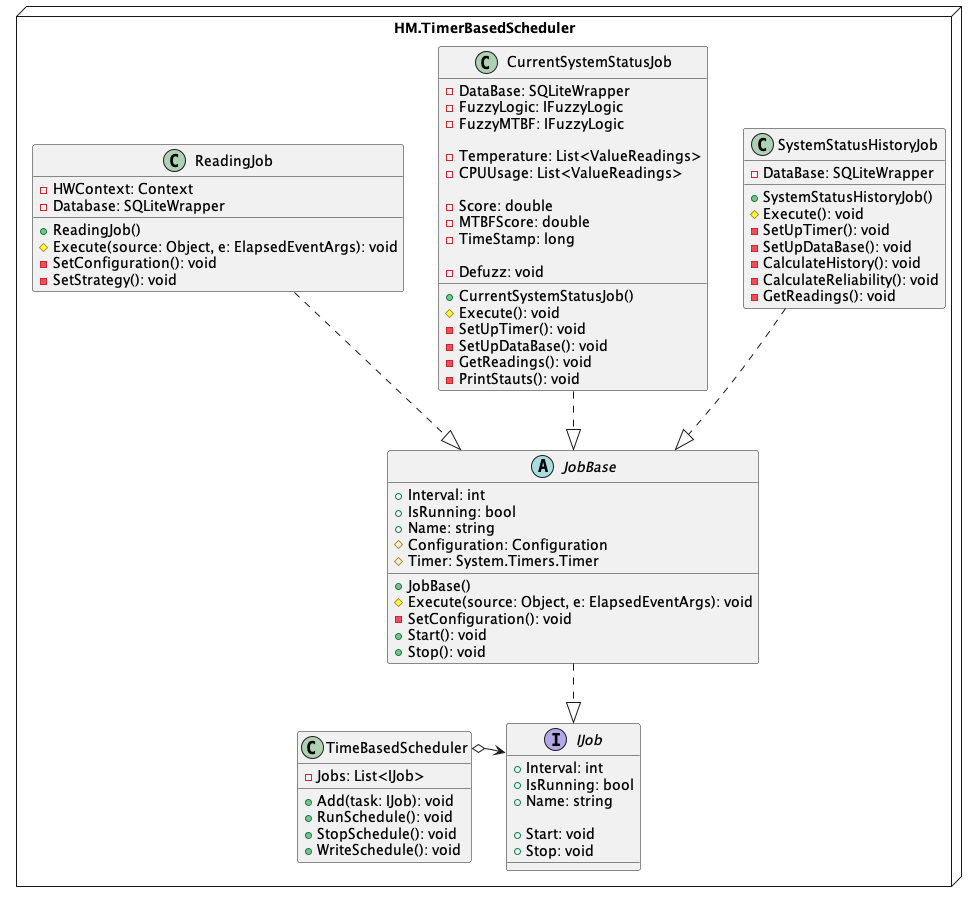
Earlier version of the PlantUML export resources/images/HMTimerBasedScheduler.png (VitaliMostowoj/BachelorarbeitVitaliMostowoj). The source it was exported from:
```plantuml
@startuml
node "HM.TimerBasedScheduler" {

    interface IJob {
        + Interval: int
        + IsRunning: bool
        + Name: string

        + Start: void
        + Stop: void
    }

    abstract class JobBase {
        + Interval: int
        + IsRunning: bool
        + Name: string
        # Configuration: Configuration
        # Timer: System.Timers.Timer

        + JobBase()
        # Execute(source: Object, e: ElapsedEventArgs): void
        - SetConfiguration(): void
        + Start(): void
        + Stop(): void
    }

    class ReadingJob {
        - HWContext: Context
        - Database: SQLiteWrapper

        + ReadingJob()
        # Execute(source: Object, e: ElapsedEventArgs): void
        - SetConfiguration(): void
        - SetStrategy(): void
    }

    class CurrentSystemStatusJob {
        - DataBase: SQLiteWrapper
        - FuzzyLogic: IFuzzyLogic
        - FuzzyMTBF: IFuzzyLogic

        - Temperature: List<ValueReadings>
        - CPUUsage: List<ValueReadings>

        -Score: double
        -MTBFScore: double
        -TimeStamp: long

        +CurrentSystemStatusJob()
        #Execute(): void
        -SetUpTimer(): void
        -SetUpDataBase(): void
        -GetReadings(): void
        -Defuzz: void
        -PrintStauts(): void
    }

    class SystemStatusHistoryJob {
        -DataBase: SQLiteWrapper

        +SystemStatusHistoryJob()
        #Execute(): void
        -SetUpTimer(): void
        -SetUpDataBase(): void
        -CalculateHistory(): void
        -CalculateReliability(): void
        -GetReadings(): void
    }

    class TimeBasedScheduler {
        - Jobs: List<IJob>

        + Add(task: IJob): void
        + RunSchedule(): void
        + StopSchedule(): void
        + WriteSchedule(): void
    }

        TimeBasedScheduler -[hidden]right- IJob
        ReadingJob -[hidden]right- CurrentSystemStatusJob
        CurrentSystemStatusJob -[hidden]right- SystemStatusHistoryJob

        TimeBasedScheduler o--> IJob
        CurrentSystemStatusJob ..|> JobBase
        SystemStatusHistoryJob ..|> JobBase
        ReadingJob ..|> JobBase
        JobBase ..|> IJob


}
@enduml
```
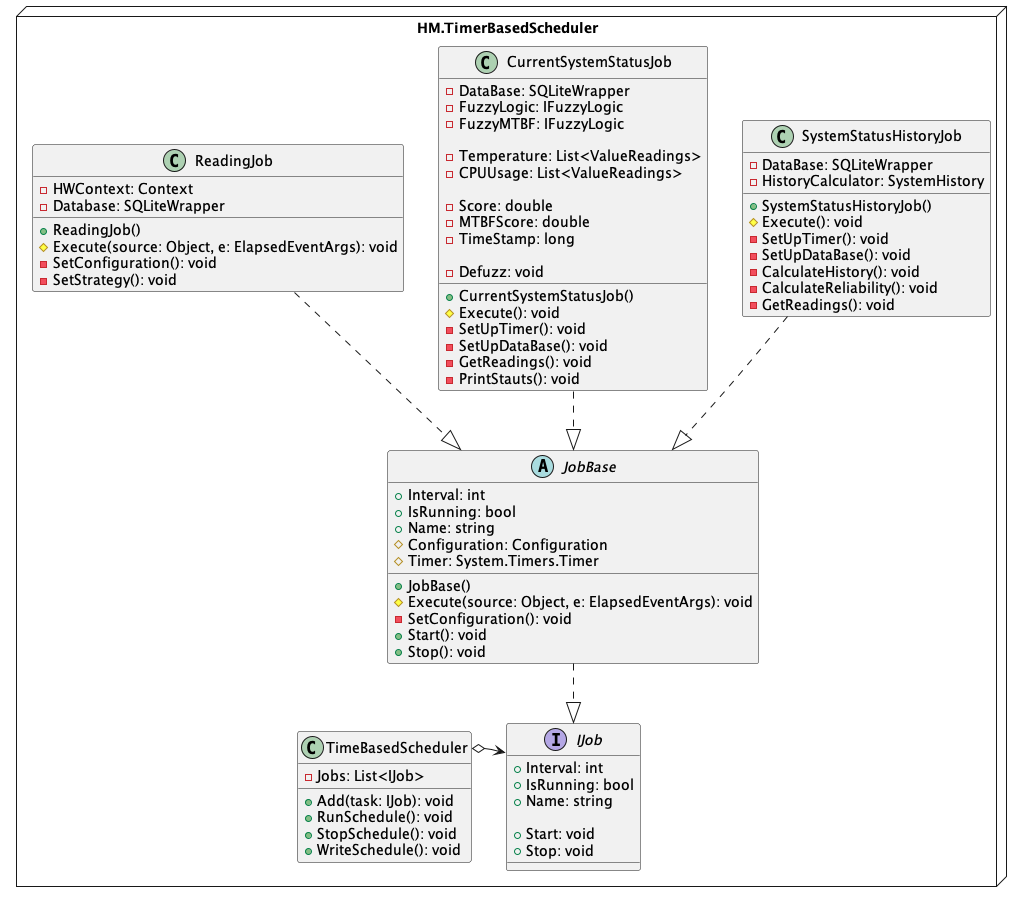
Later version of the same file.

The edit, as a diff of the source:
```diff
@@ -57,6 +57,7 @@
 
     class SystemStatusHistoryJob {
         -DataBase: SQLiteWrapper
+        -HistoryCalculator: SystemHistory
 
         +SystemStatusHistoryJob()
         #Execute(): void
```
